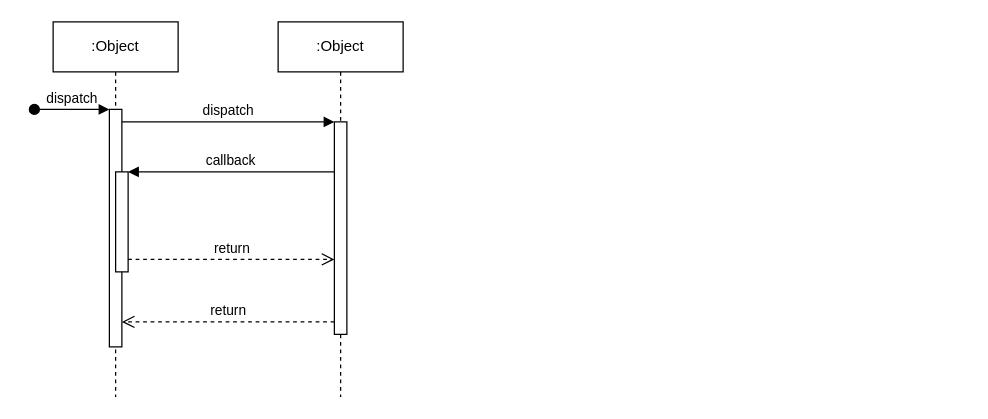
This is 未命名绘图.drawio from cuiwenyuan/WangCaiXue, a draw.io file, before an edit. Source tidied: cells renumbered, new cells numbered last; positions are measured from the earlier drawing's top-left corner, leaving out a move shared by most shapes. Both pictures are drawn from the tidied source at 125%, with x=0, y=0 at pixel (34, 21).
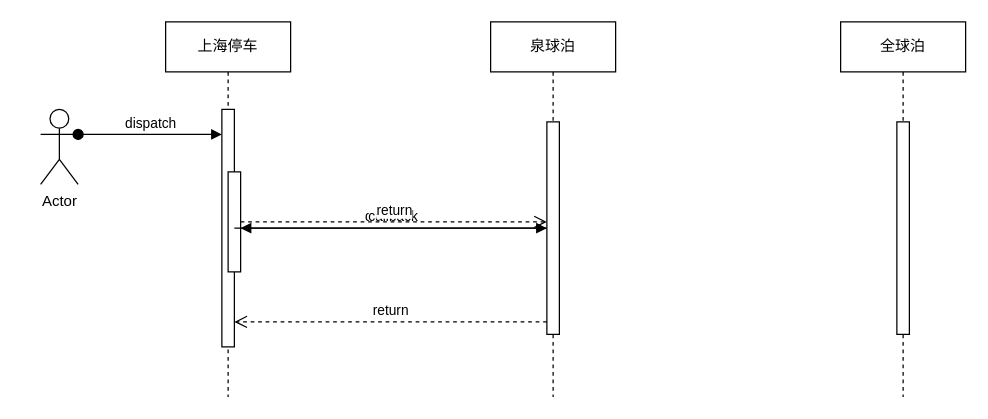
The same page after the edit.

Commit message:
更新未命名绘图.drawio

The change refers to these unchanged cells:
```xml
<mxCell id="3" style="html=1;points=[];perimeter=orthogonalPerimeter;outlineConnect=0;targetShapes=umlLifeline;portConstraint=eastwest;newEdgeStyle={&quot;edgeStyle&quot;:&quot;elbowEdgeStyle&quot;,&quot;elbow&quot;:&quot;vertical&quot;,&quot;curved&quot;:0,&quot;rounded&quot;:0};" parent="2" vertex="1">
  <mxGeometry x="45" y="70" width="10" height="190" as="geometry" />
</mxCell>
```

Change to the diagram source:
```diff
@@
-    <mxCell id="2" value=":Object" style="shape=umlLifeline;perimeter=lifelinePerimeter;whiteSpace=wrap;html=1;newEdgeStyle={&quot;edgeStyle&quot;:&quot;elbowEdgeStyle&quot;,&quot;elbow&quot;:&quot;vertical&quot;,&quot;curved&quot;:0,&quot;rounded&quot;:0};" parent="1" vertex="1">
-      <mxGeometry x="15" width="100" height="300" as="geometry" />
+    <mxCell id="2" value="上海停车" style="shape=umlLifeline;perimeter=lifelinePerimeter;whiteSpace=wrap;html=1;newEdgeStyle={&quot;edgeStyle&quot;:&quot;elbowEdgeStyle&quot;,&quot;elbow&quot;:&quot;vertical&quot;,&quot;curved&quot;:0,&quot;rounded&quot;:0};" parent="1" vertex="1">
+      <mxGeometry x="105" width="100" height="300" as="geometry" />
     </mxCell>
@@
-    <mxCell id="4" value="dispatch" style="html=1;verticalAlign=bottom;startArrow=oval;endArrow=block;startSize=8;edgeStyle=elbowEdgeStyle;elbow=vertical;curved=0;rounded=0;" parent="2" edge="1" target="3">
-      <mxGeometry relative="1" as="geometry">
-        <mxPoint x="-15" y="70" as="sourcePoint" />
-      </mxGeometry>
-    </mxCell>
@@
-    <mxCell id="6" value=":Object" style="shape=umlLifeline;perimeter=lifelinePerimeter;whiteSpace=wrap;html=1;newEdgeStyle={&quot;edgeStyle&quot;:&quot;elbowEdgeStyle&quot;,&quot;elbow&quot;:&quot;vertical&quot;,&quot;curved&quot;:0,&quot;rounded&quot;:0};" parent="1" vertex="1">
-      <mxGeometry x="195" width="100" height="300" as="geometry" />
+    <mxCell id="6" value="泉球泊" style="shape=umlLifeline;perimeter=lifelinePerimeter;whiteSpace=wrap;html=1;newEdgeStyle={&quot;edgeStyle&quot;:&quot;elbowEdgeStyle&quot;,&quot;elbow&quot;:&quot;vertical&quot;,&quot;curved&quot;:0,&quot;rounded&quot;:0};" parent="1" vertex="1">
+      <mxGeometry x="365" width="100" height="300" as="geometry" />
     </mxCell>
@@
+    <mxCell id="12" value="全球泊" style="shape=umlLifeline;perimeter=lifelinePerimeter;whiteSpace=wrap;html=1;newEdgeStyle={&quot;edgeStyle&quot;:&quot;elbowEdgeStyle&quot;,&quot;elbow&quot;:&quot;vertical&quot;,&quot;curved&quot;:0,&quot;rounded&quot;:0};" parent="1" vertex="1">
+      <mxGeometry x="645" width="100" height="300" as="geometry" />
+    </mxCell>
+    <mxCell id="13" style="html=1;perimeter=orthogonalPerimeter;targetShapes=umlLifeline;newEdgeStyle={&quot;edgeStyle&quot;:&quot;elbowEdgeStyle&quot;,&quot;elbow&quot;:&quot;vertical&quot;,&quot;curved&quot;:0,&quot;rounded&quot;:0};" parent="12" vertex="1">
+      <mxGeometry x="45" y="80" width="10" height="170" as="geometry" />
+    </mxCell>
+    <mxCell id="14" value="Actor" style="shape=umlActor;verticalLabelPosition=bottom;verticalAlign=top;html=1;outlineConnect=0;" parent="1" vertex="1">
+      <mxGeometry x="5" y="70" width="30" height="60" as="geometry" />
+    </mxCell>
+    <mxCell id="4" value="dispatch" style="html=1;verticalAlign=bottom;startArrow=oval;endArrow=block;startSize=8;edgeStyle=elbowEdgeStyle;elbow=vertical;curved=0;rounded=0;exitX=1;exitY=0.3333333333333333;exitDx=0;exitDy=0;exitPerimeter=0;" parent="1" edge="1" source="14" target="3">
+      <mxGeometry relative="1" as="geometry" />
+    </mxCell>
```
